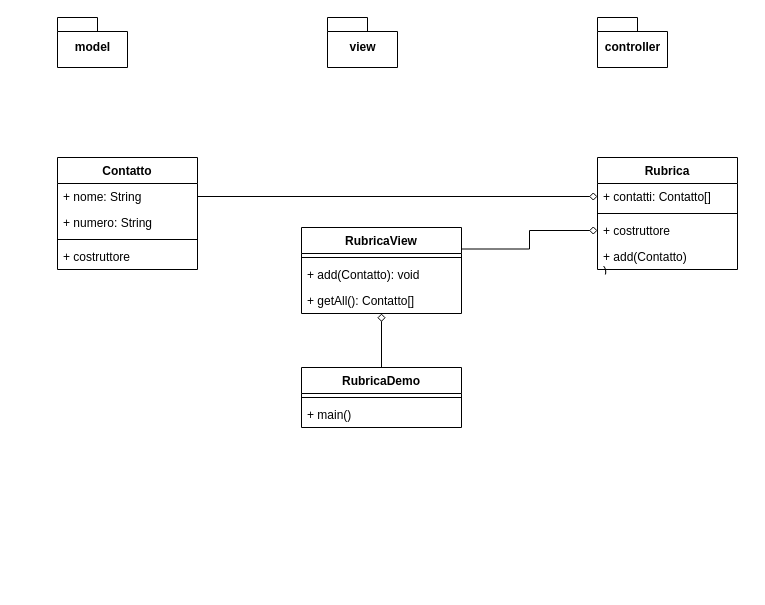
Earlier version of the draw.io diagram page "rubrica contatti" (3 of 3) of materialeDidattico/diagrammi2023.drawio (maboglia/TSS2023). Source tidied: cells renumbered, new cells numbered last; positions are measured from the earlier drawing's top-left corner, leaving out a move shared by most shapes. Both pictures are drawn from the tidied source at 100%, with x=0, y=0 at pixel (57, 17).
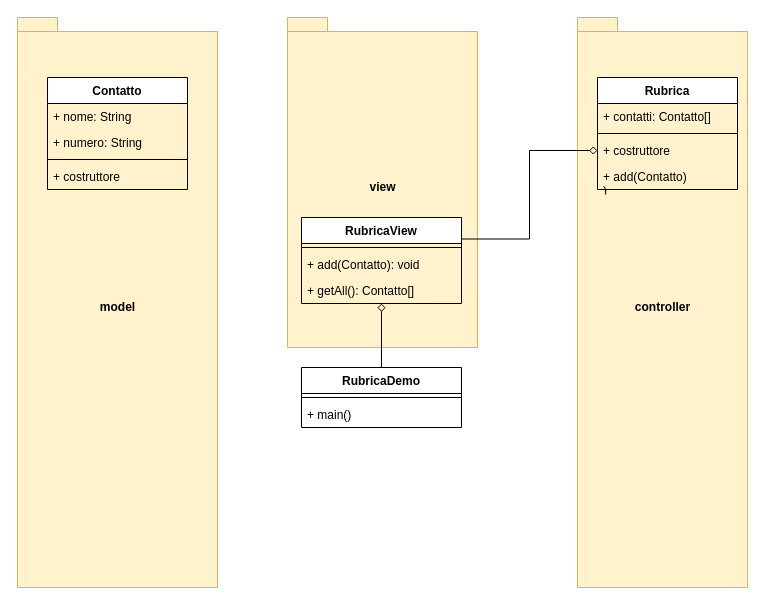
After the change.

Unchanged cells that the change refers to:
```xml
<mxCell id="6" value="+ nome: String" style="text;strokeColor=none;fillColor=none;align=left;verticalAlign=top;spacingLeft=4;spacingRight=4;overflow=hidden;points=[[0,0.5],[1,0.5]];portConstraint=eastwest;" parent="5" vertex="1">
  <mxGeometry y="26" width="140" height="26" as="geometry" />
</mxCell>
<mxCell id="11" value="+ contatti: Contatto[]" style="text;strokeColor=none;fillColor=none;align=left;verticalAlign=top;spacingLeft=4;spacingRight=4;overflow=hidden;points=[[0,0.5],[1,0.5]];portConstraint=eastwest;" parent="10" vertex="1">
  <mxGeometry y="26" width="140" height="26" as="geometry" />
</mxCell>
```

Diff of the diagram source:
```diff
@@
-    <mxCell id="2" value="model" style="shape=folder;fontStyle=1;spacingTop=10;tabWidth=40;tabHeight=14;tabPosition=left;html=1;" parent="1" vertex="1">
-      <mxGeometry width="70" height="50" as="geometry" />
+    <mxCell id="2" value="model" style="shape=folder;fontStyle=1;spacingTop=10;tabWidth=40;tabHeight=14;tabPosition=left;html=1;fillColor=#fff2cc;strokeColor=#d6b656;" parent="1" vertex="1">
+      <mxGeometry x="-40" width="200" height="570" as="geometry" />
     </mxCell>
-    <mxCell id="3" value="view" style="shape=folder;fontStyle=1;spacingTop=10;tabWidth=40;tabHeight=14;tabPosition=left;html=1;" parent="1" vertex="1">
-      <mxGeometry x="270" width="70" height="50" as="geometry" />
+    <mxCell id="3" value="view" style="shape=folder;fontStyle=1;spacingTop=10;tabWidth=40;tabHeight=14;tabPosition=left;html=1;fillColor=#fff2cc;strokeColor=#d6b656;" parent="1" vertex="1">
+      <mxGeometry x="230" width="190" height="330" as="geometry" />
     </mxCell>
-    <mxCell id="4" value="controller" style="shape=folder;fontStyle=1;spacingTop=10;tabWidth=40;tabHeight=14;tabPosition=left;html=1;" parent="1" vertex="1">
-      <mxGeometry x="540" width="70" height="50" as="geometry" />
+    <mxCell id="4" value="controller" style="shape=folder;fontStyle=1;spacingTop=10;tabWidth=40;tabHeight=14;tabPosition=left;html=1;fillColor=#fff2cc;strokeColor=#d6b656;" parent="1" vertex="1">
+      <mxGeometry x="520" width="170" height="570" as="geometry" />
     </mxCell>
     <mxCell id="5" value="Contatto" style="swimlane;fontStyle=1;align=center;verticalAlign=top;horizontal=1;startSize=26;" parent="1" vertex="1">
-      <mxGeometry y="140" width="140" height="112" as="geometry" />
+      <mxGeometry x="-10" y="60" width="140" height="112" as="geometry" />
     </mxCell>
@@
     <mxCell id="10" value="Rubrica" style="swimlane;fontStyle=1;align=center;verticalAlign=top;horizontal=1;startSize=26;" parent="1" vertex="1">
-      <mxGeometry x="540" y="140" width="140" height="112" as="geometry" />
+      <mxGeometry x="540" y="60" width="140" height="112" as="geometry" />
     </mxCell>
@@
-    <mxCell id="15" style="edgeStyle=orthogonalEdgeStyle;rounded=0;jettySize=auto;html=1;exitX=1;exitY=0.5;exitDx=0;exitDy=0;entryX=0;entryY=0.5;entryDx=0;entryDy=0;endArrow=diamond;endFill=0;" parent="1" edge="1" source="6" target="11">
-      <mxGeometry relative="1" as="geometry" />
-    </mxCell>
@@
     <mxCell id="21" value="RubricaView" style="swimlane;fontStyle=1;align=center;verticalAlign=top;horizontal=1;startSize=26;" parent="1" vertex="1">
-      <mxGeometry x="244" y="210" width="160" height="86" as="geometry" />
+      <mxGeometry x="244" y="200" width="160" height="86" as="geometry" />
     </mxCell>
```
